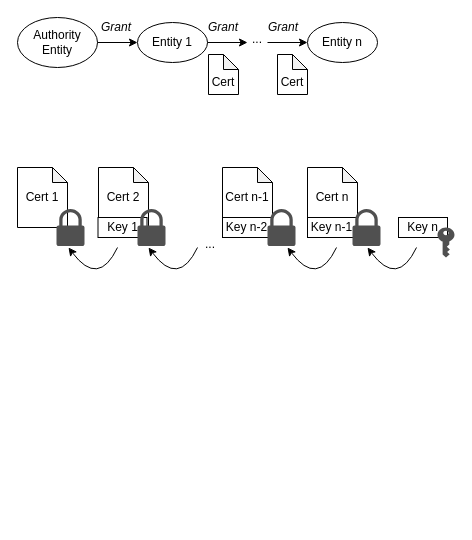
The draw.io diagram ChainPer.drawio in CBackyx/ImageHosting, before the edit. Source tidied: cells renumbered, new cells numbered last; positions are measured from the earlier drawing's top-left corner, leaving out a move shared by most shapes. Both pictures are drawn from the tidied source at 100%, with x=0, y=0 at pixel (17, 17).
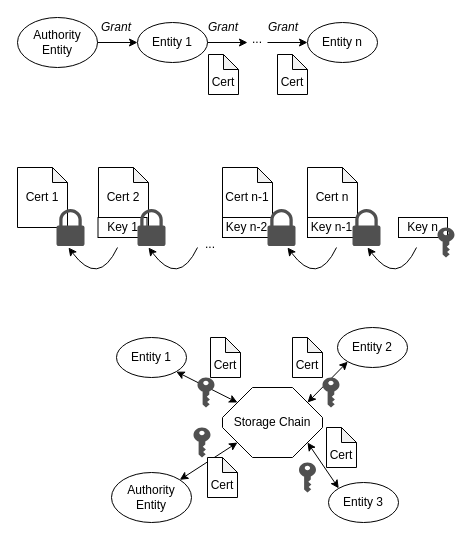
After the change.

What changed in the source:
```diff
@@
+    <mxCell id="32" value="Storage Chain" style="whiteSpace=wrap;html=1;shape=mxgraph.basic.octagon2;align=center;verticalAlign=middle;dx=15;" parent="1" vertex="1">
+      <mxGeometry x="205" y="370" width="100" height="70" as="geometry" />
+    </mxCell>
+    <mxCell id="33" value="Authority&lt;br&gt;Entity" style="ellipse;whiteSpace=wrap;html=1;" parent="1" vertex="1">
+      <mxGeometry x="94" y="455" width="80" height="50" as="geometry" />
+    </mxCell>
+    <mxCell id="34" value="Entity 1" style="ellipse;whiteSpace=wrap;html=1;" parent="1" vertex="1">
+      <mxGeometry x="99" y="320" width="70" height="40" as="geometry" />
+    </mxCell>
+    <mxCell id="35" value="Entity 2" style="ellipse;whiteSpace=wrap;html=1;" parent="1" vertex="1">
+      <mxGeometry x="320" y="310" width="70" height="40" as="geometry" />
+    </mxCell>
+    <mxCell id="36" value="Entity 3" style="ellipse;whiteSpace=wrap;html=1;" parent="1" vertex="1">
+      <mxGeometry x="311" y="465" width="70" height="40" as="geometry" />
+    </mxCell>
+    <mxCell id="37" style="endArrow=classic;startArrow=classic;html=1;rounded=0;entryX=1;entryY=1;entryDx=0;entryDy=0;exitX=0;exitY=0;exitDx=15;exitDy=15;exitPerimeter=0;" parent="1" edge="1" source="32" target="34">
+      <mxGeometry relative="1" as="geometry" />
+    </mxCell>
+    <mxCell id="38" style="endArrow=classic;startArrow=classic;html=1;rounded=0;entryX=1;entryY=0;entryDx=0;entryDy=0;exitX=0;exitY=0;exitDx=15;exitDy=55;exitPerimeter=0;" parent="1" edge="1" source="32" target="33">
+      <mxGeometry relative="1" as="geometry" />
+    </mxCell>
+    <mxCell id="39" style="endArrow=classic;startArrow=classic;html=1;rounded=0;entryX=0;entryY=0;entryDx=85;entryDy=15;exitX=0;exitY=1;exitDx=0;exitDy=0;entryPerimeter=0;" parent="1" edge="1" source="35" target="32">
+      <mxGeometry relative="1" as="geometry" />
+    </mxCell>
+    <mxCell id="40" style="endArrow=classic;startArrow=classic;html=1;rounded=0;entryX=0;entryY=0;entryDx=85;entryDy=55;exitX=0;exitY=0;exitDx=0;exitDy=0;entryPerimeter=0;" parent="1" edge="1" source="36" target="32">
+      <mxGeometry relative="1" as="geometry" />
+    </mxCell>
+    <mxCell id="41" value="&lt;br&gt;Cert" style="shape=note;whiteSpace=wrap;html=1;backgroundOutline=1;darkOpacity=0.05;size=15;" parent="1" vertex="1">
+      <mxGeometry x="193" y="320" width="30" height="40" as="geometry" />
+    </mxCell>
+    <mxCell id="42" value="&lt;br&gt;Cert" style="shape=note;whiteSpace=wrap;html=1;backgroundOutline=1;darkOpacity=0.05;size=15;" parent="1" vertex="1">
+      <mxGeometry x="190" y="440" width="30" height="40" as="geometry" />
+    </mxCell>
+    <mxCell id="43" value="&lt;br&gt;Cert" style="shape=note;whiteSpace=wrap;html=1;backgroundOutline=1;darkOpacity=0.05;size=15;" parent="1" vertex="1">
+      <mxGeometry x="309" y="410" width="30" height="40" as="geometry" />
+    </mxCell>
+    <mxCell id="44" value="&lt;br&gt;Cert" style="shape=note;whiteSpace=wrap;html=1;backgroundOutline=1;darkOpacity=0.05;size=15;" parent="1" vertex="1">
+      <mxGeometry x="275" y="320" width="30" height="40" as="geometry" />
+    </mxCell>
+    <mxCell id="45" style="sketch=0;shadow=0;dashed=0;html=1;strokeColor=none;fillColor=#505050;labelPosition=center;verticalLabelPosition=bottom;verticalAlign=top;align=center;shape=mxgraph.office.security.key_permissions;" parent="1" vertex="1">
+      <mxGeometry x="180" y="360" width="17" height="30" as="geometry" />
+    </mxCell>
+    <mxCell id="46" style="sketch=0;shadow=0;dashed=0;html=1;strokeColor=none;fillColor=#505050;labelPosition=center;verticalLabelPosition=bottom;verticalAlign=top;align=center;shape=mxgraph.office.security.key_permissions;" parent="1" vertex="1">
+      <mxGeometry x="176" y="410" width="17" height="30" as="geometry" />
+    </mxCell>
+    <mxCell id="47" style="sketch=0;shadow=0;dashed=0;html=1;strokeColor=none;fillColor=#505050;labelPosition=center;verticalLabelPosition=bottom;verticalAlign=top;align=center;shape=mxgraph.office.security.key_permissions;" parent="1" vertex="1">
+      <mxGeometry x="305" y="360" width="17" height="30" as="geometry" />
+    </mxCell>
+    <mxCell id="48" style="sketch=0;shadow=0;dashed=0;html=1;strokeColor=none;fillColor=#505050;labelPosition=center;verticalLabelPosition=bottom;verticalAlign=top;align=center;shape=mxgraph.office.security.key_permissions;" parent="1" vertex="1">
+      <mxGeometry x="281.5" y="445" width="17" height="30" as="geometry" />
+    </mxCell>
```
